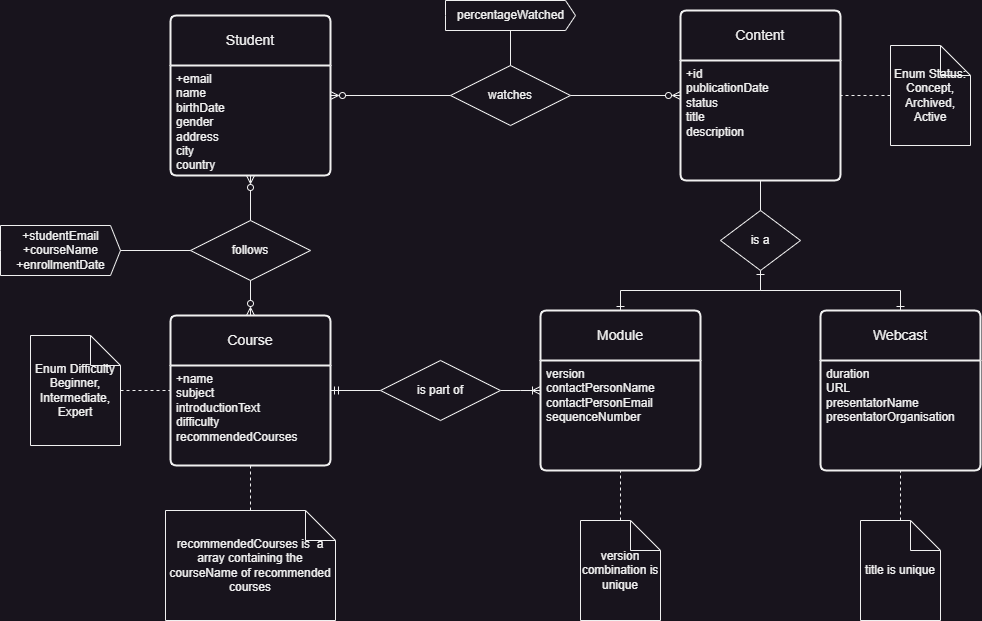
Before: assets/images/ERD_AcademyOfCode.drawio.png, a diagram exported from draw.io (StanTeurlings/AcademyOfCode). Source tidied: cells renumbered, new cells last; positions are measured from the earlier drawing's top-left corner, leaving out a move shared by most shapes.
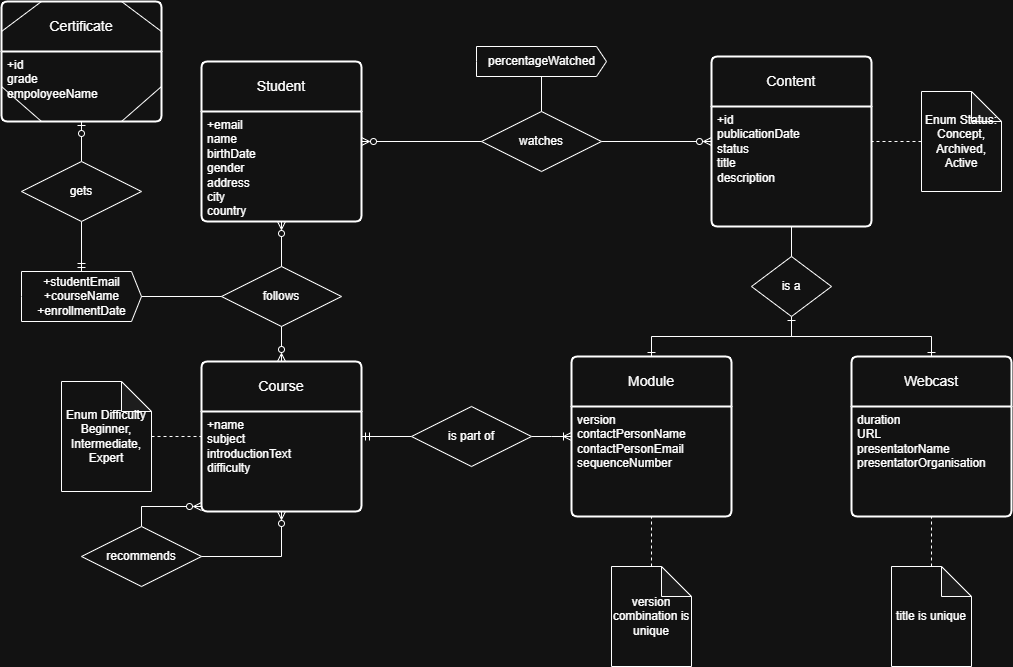
After the change.

Commit message:
Add launch configuration for JavaFX application and update ERD image

The edit, as a diff of the source:
```diff
@@ -19,7 +19,7 @@
     <mxCell id="5" value="Course" style="swimlane;horizontal=1;startSize=50;rounded=1;fontSize=14;fontStyle=0;strokeWidth=2;shadow=0;dashed=0;align=center;arcSize=4;whiteSpace=wrap;html=1;" parent="1" vertex="1">
       <mxGeometry x="170" y="315" width="160" height="150" as="geometry" />
     </mxCell>
-    <mxCell id="6" value="+name&lt;div&gt;subject&lt;/div&gt;&lt;div&gt;introductionText&lt;/div&gt;&lt;div&gt;difficulty&lt;/div&gt;&lt;div&gt;recommendedCourses&lt;/div&gt;" style="align=left;strokeColor=none;fillColor=none;spacingLeft=4;fontSize=12;verticalAlign=top;html=1;" parent="5" vertex="1">
+    <mxCell id="6" value="+name&lt;div&gt;subject&lt;/div&gt;&lt;div&gt;introductionText&lt;/div&gt;&lt;div&gt;difficulty&lt;/div&gt;" style="align=left;strokeColor=none;fillColor=none;spacingLeft=4;fontSize=12;verticalAlign=top;html=1;" parent="5" vertex="1">
       <mxGeometry y="50" width="160" height="100" as="geometry" />
     </mxCell>
     <mxCell id="7" value="Content" style="swimlane;horizontal=1;startSize=50;rounded=1;fontSize=14;fontStyle=0;strokeWidth=2;shadow=0;dashed=0;align=center;arcSize=4;whiteSpace=wrap;html=1;" parent="1" vertex="1">
@@ -89,7 +89,7 @@
       <mxGeometry relative="1" as="geometry" />
     </mxCell>
     <mxCell id="29" value="+studentEmail&lt;div&gt;+courseName&lt;/div&gt;&lt;div&gt;+enrollmentDate&lt;/div&gt;" style="html=1;shadow=0;dashed=0;align=center;verticalAlign=middle;shape=mxgraph.arrows2.arrow;dy=0;dx=10;notch=0;" parent="1" vertex="1">
-      <mxGeometry y="225" width="120" height="50" as="geometry" />
+      <mxGeometry x="-10" y="225" width="120" height="50" as="geometry" />
     </mxCell>
     <mxCell id="30" value="follows" style="shape=rhombus;perimeter=rhombusPerimeter;whiteSpace=wrap;html=1;align=center;" parent="1" vertex="1">
       <mxGeometry x="190" y="220" width="120" height="60" as="geometry" />
@@ -106,11 +106,45 @@
     <mxCell id="34" value="version combination is unique" style="shape=note;whiteSpace=wrap;html=1;backgroundOutline=1;darkOpacity=0.05;" parent="1" vertex="1">
       <mxGeometry x="580" y="520" width="80" height="100" as="geometry" />
     </mxCell>
-    <mxCell id="35" value="recommendedCourses is&amp;nbsp; a array containing the courseName of recommended courses" style="shape=note;whiteSpace=wrap;html=1;backgroundOutline=1;darkOpacity=0.05;" parent="1" vertex="1">
-      <mxGeometry x="165" y="510" width="170" height="110" as="geometry" />
-    </mxCell>
-    <mxCell id="36" style="edgeStyle=orthogonalEdgeStyle;rounded=0;jettySize=auto;html=1;endArrow=none;endFill=0;dashed=1;" parent="1" edge="1" source="6" target="35">
-      <mxGeometry relative="1" as="geometry" />
-    </mxCell>
+    <mxCell id="37" style="edgeStyle=orthogonalEdgeStyle;rounded=0;jettySize=auto;html=1;endArrow=ERzeroToMany;endFill=0;" parent="1" edge="1" source="38" target="6">
+      <mxGeometry relative="1" as="geometry">
+        <Array as="points">
+          <mxPoint x="110" y="460" />
+        </Array>
+      </mxGeometry>
+    </mxCell>
+    <mxCell id="38" value="recommends" style="shape=rhombus;perimeter=rhombusPerimeter;whiteSpace=wrap;html=1;align=center;" parent="1" vertex="1">
+      <mxGeometry x="50" y="480" width="120" height="60" as="geometry" />
+    </mxCell>
+    <mxCell id="39" style="edgeStyle=orthogonalEdgeStyle;rounded=0;jettySize=auto;html=1;entryX=1;entryY=0.5;entryDx=0;entryDy=0;startArrow=ERzeroToMany;startFill=0;endArrow=none;endFill=0;" parent="1" edge="1" source="6" target="38">
+      <mxGeometry relative="1" as="geometry" />
+    </mxCell>
+    <mxCell id="40" value="Certificate" style="swimlane;horizontal=1;startSize=50;rounded=1;fontSize=14;fontStyle=0;strokeWidth=2;shadow=0;dashed=0;align=center;arcSize=4;whiteSpace=wrap;html=1;" parent="1" vertex="1">
+      <mxGeometry x="-30" y="-45" width="160" height="120" as="geometry" />
+    </mxCell>
+    <mxCell id="41" value="+id&lt;div&gt;grade&lt;/div&gt;&lt;div&gt;empoloyeeName&lt;/div&gt;" style="align=left;strokeColor=none;fillColor=none;spacingLeft=4;fontSize=12;verticalAlign=top;html=1;" parent="40" vertex="1">
+      <mxGeometry y="50" width="160" height="70" as="geometry" />
+    </mxCell>
+    <mxCell id="42" style="endArrow=none;html=1;rounded=0;exitX=0.25;exitY=1;exitDx=0;exitDy=0;entryX=0;entryY=0.5;entryDx=0;entryDy=0;" parent="40" edge="1" source="41" target="41">
+      <mxGeometry relative="1" as="geometry" />
+    </mxCell>
+    <mxCell id="43" style="endArrow=none;html=1;rounded=0;exitX=1;exitY=0.5;exitDx=0;exitDy=0;entryX=0.75;entryY=1;entryDx=0;entryDy=0;" parent="40" edge="1" source="41" target="41">
+      <mxGeometry relative="1" as="geometry" />
+    </mxCell>
+    <mxCell id="44" style="edgeStyle=orthogonalEdgeStyle;rounded=0;jettySize=auto;html=1;endArrow=ERmandOne;endFill=0;" parent="1" edge="1" source="46" target="29">
+      <mxGeometry relative="1" as="geometry" />
+    </mxCell>
+    <mxCell id="45" style="edgeStyle=orthogonalEdgeStyle;rounded=0;jettySize=auto;html=1;endArrow=ERzeroToOne;endFill=0;" parent="1" edge="1" source="46" target="40">
+      <mxGeometry relative="1" as="geometry" />
+    </mxCell>
+    <mxCell id="46" value="gets" style="shape=rhombus;perimeter=rhombusPerimeter;whiteSpace=wrap;html=1;align=center;" parent="1" vertex="1">
+      <mxGeometry x="-10" y="115" width="120" height="60" as="geometry" />
+    </mxCell>
+    <mxCell id="47" style="endArrow=none;html=1;rounded=0;exitX=0.25;exitY=0;exitDx=0;exitDy=0;entryX=0;entryY=0.25;entryDx=0;entryDy=0;" parent="1" edge="1" source="40" target="40">
+      <mxGeometry relative="1" as="geometry" />
+    </mxCell>
+    <mxCell id="48" style="endArrow=none;html=1;rounded=0;exitX=1;exitY=0.25;exitDx=0;exitDy=0;entryX=0.75;entryY=0;entryDx=0;entryDy=0;" parent="1" edge="1" source="40" target="40">
+      <mxGeometry relative="1" as="geometry" />
+    </mxCell>
   </root>
 </mxGraphModel>
```
